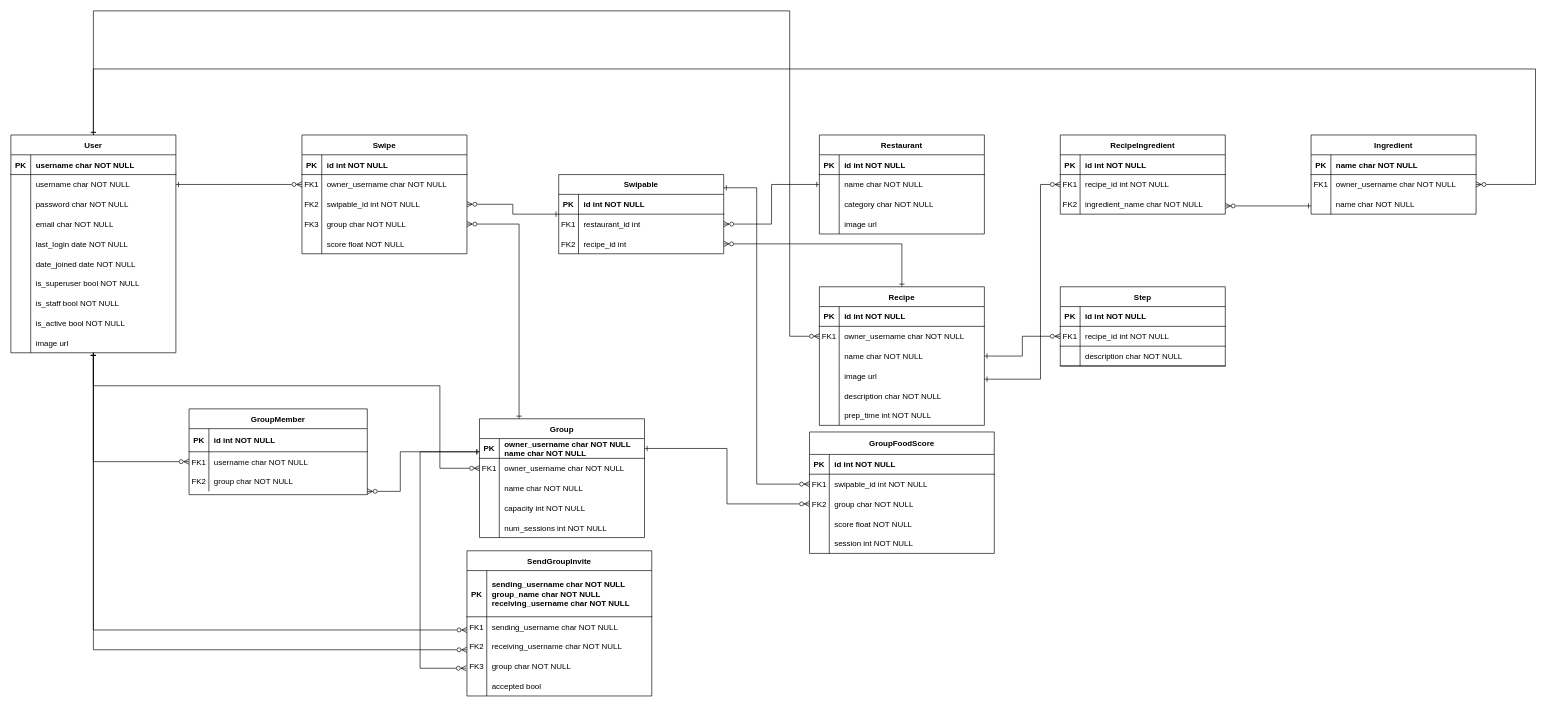
Before: grubflow-db.drawio in grubflow/diagrams, a draw.io diagram. Source tidied: cells renumbered, new cells numbered last; positions are measured from the earlier drawing's top-left corner, leaving out a move shared by most shapes. Both pictures are drawn from the tidied source at 66%, with x=0, y=0 at pixel (11, 11).
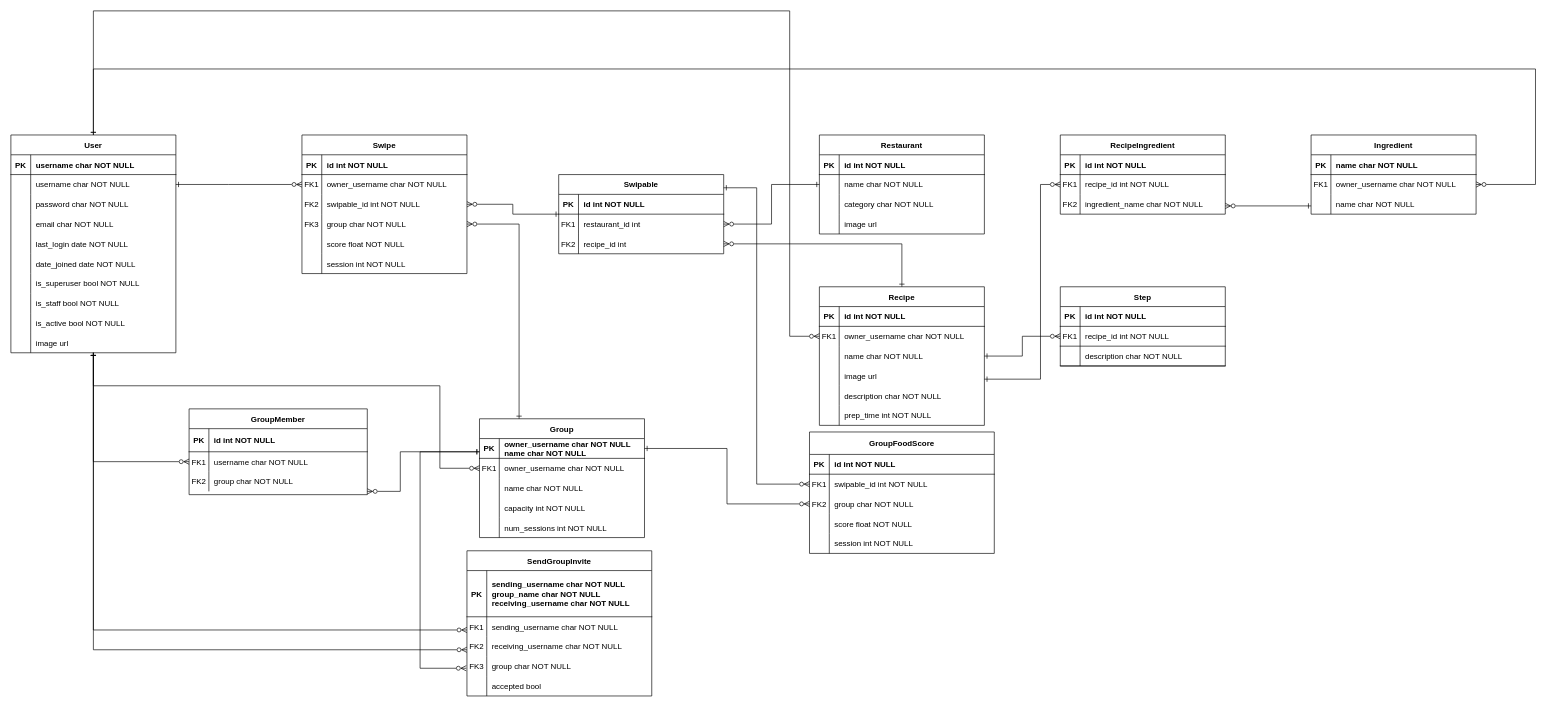
After the change.

Commit message:
add session to swipe

Diff of the diagram source:
```diff
@@
     <mxCell id="43" value="Swipe" style="shape=table;startSize=30;childLayout=tableLayout;rowLines=0;fontStyle=1;align=center;gradientColor=none;" parent="1" vertex="1">
-      <mxGeometry x="441" y="188" width="250" height="180" as="geometry" />
+      <mxGeometry x="441" y="188" width="250" height="210" as="geometry" />
     </mxCell>
@@
+    <mxCell id="201" style="shape=partialRectangle;fillColor=none;top=0;left=0;right=0;bottom=0;" parent="43" vertex="1">
+      <mxGeometry y="180" width="250" height="30" as="geometry" />
+    </mxCell>
+    <mxCell id="202" style="shape=partialRectangle;overflow=hidden;fillColor=none;top=0;left=0;bottom=0;right=0;" parent="201" vertex="1">
+      <mxGeometry width="30" height="30" as="geometry" />
+    </mxCell>
+    <mxCell id="203" value="session int NOT NULL" style="shape=partialRectangle;overflow=hidden;fillColor=none;top=0;left=0;bottom=0;right=0;align=left;spacingLeft=6;" parent="201" vertex="1">
+      <mxGeometry x="30" width="220" height="30" as="geometry" />
+    </mxCell>
```
